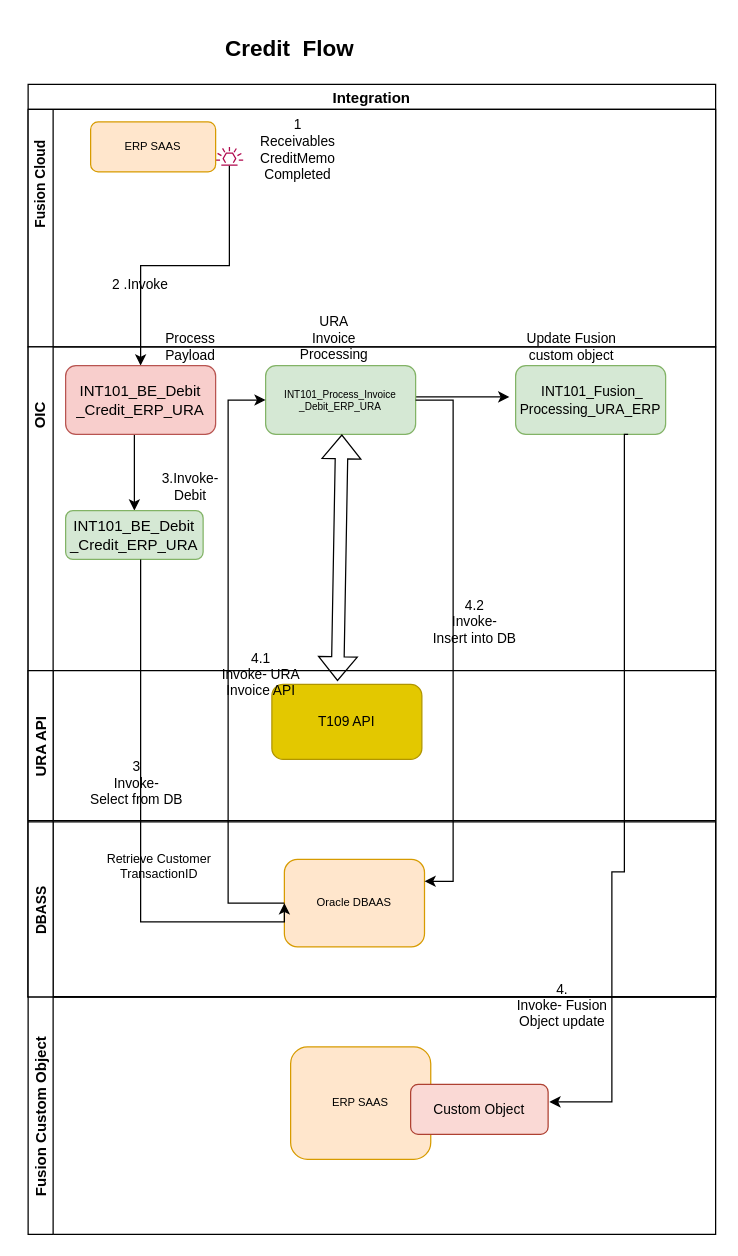
This is Credit-Flow Diagram.drawio from anantwag19/Workspace, a draw.io file, before an edit. Source tidied: cells renumbered, new cells numbered last; positions are measured from the earlier drawing's top-left corner, leaving out a move shared by most shapes. Both pictures are drawn from the tidied source at 125%, with x=0, y=0 at pixel (-16, 34).
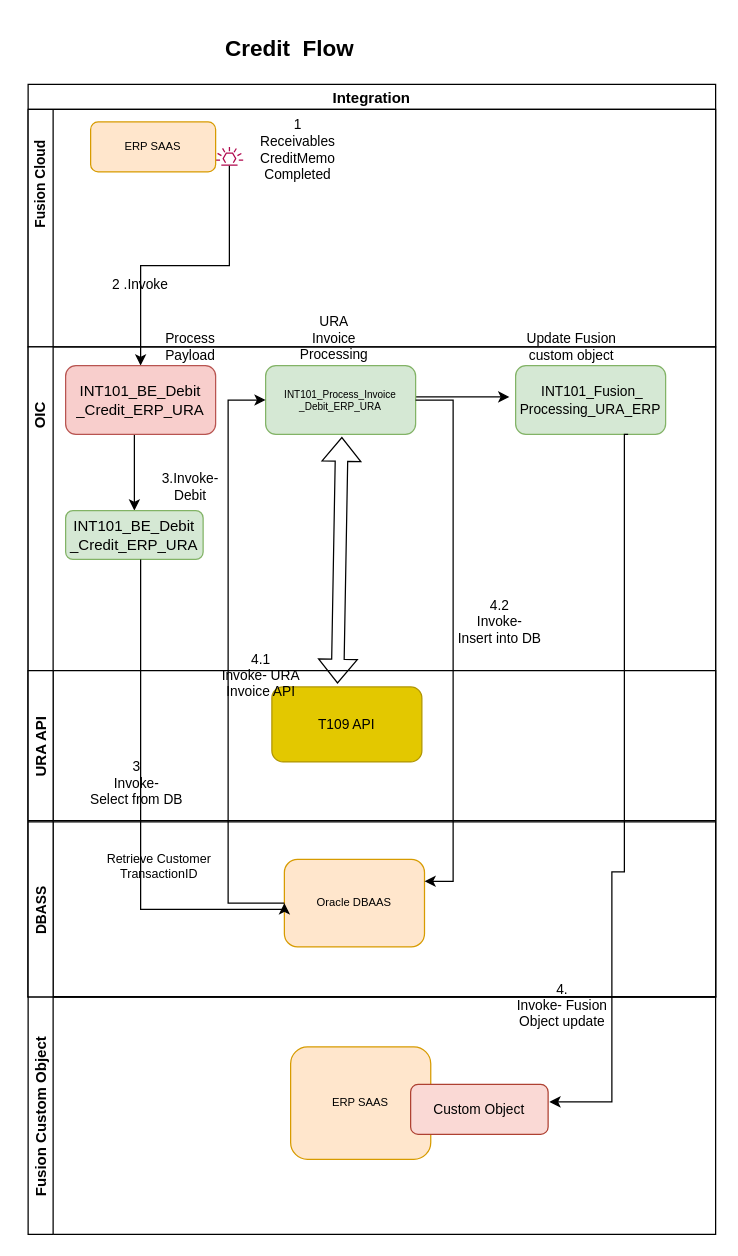
The same diagram, later.

The change refers to these unchanged cells:
```xml
<mxCell id="3" style="swimlane;startSize=20;horizontal=0;" parent="2" vertex="1">
  <mxGeometry y="20" width="550" height="190" as="geometry" />
</mxCell>
<mxCell id="11" style="swimlane;startSize=20;horizontal=0;" parent="2" vertex="1">
  <mxGeometry y="210" width="550" height="520" as="geometry" />
</mxCell>
<mxCell id="20" value="INT101_BE_Debit _Credit_ERP_URA" style="rounded=1;whiteSpace=wrap;html=1;fillColor=#d5e8d4;strokeColor=#82b366;" parent="11" vertex="1">
  <mxGeometry x="30" y="131" width="110" height="39" as="geometry" />
</mxCell>
<mxCell id="29" value="Oracle DBAAS" style="rounded=1;whiteSpace=wrap;html=1;fontSize=9;fillColor=#ffe6cc;strokeColor=#d79b00;" parent="28" vertex="1">
  <mxGeometry x="205" y="30" width="112.1" height="70" as="geometry" />
</mxCell>
<mxCell id="33" value="URA API" style="swimlane;startSize=20;horizontal=0;" parent="1" vertex="1">
  <mxGeometry x="35" y="509" width="550" height="120" as="geometry" />
</mxCell>
```

What changed in the source:
```diff
@@
-    <mxCell id="9" value="&lt;div style=&quot;font-size: 11px&quot;&gt;&lt;span&gt;&lt;font style=&quot;font-size: 11px&quot;&gt;&lt;span&gt;&#9;&lt;/span&gt;&lt;span&gt;&#9;&lt;/span&gt;&lt;span&gt;&#9;&lt;/span&gt;1&lt;/font&gt;&lt;/span&gt;&lt;/div&gt;&lt;div style=&quot;font-size: 11px&quot;&gt;&lt;span&gt;&lt;font style=&quot;font-size: 11px&quot;&gt;&lt;span lang=&quot;EN-GB&quot;&gt;&lt;span&gt;&#9;&lt;/span&gt;&lt;span&gt;&#9;&lt;/span&gt;&lt;span&gt;&#9;&lt;/span&gt;&lt;span&gt;&#9;&lt;/span&gt;&lt;span&gt;&#9;&lt;/span&gt;Receivables&lt;/span&gt;&lt;/font&gt;&lt;/span&gt;&lt;/div&gt;&lt;div style=&quot;font-size: 11px&quot;&gt;&lt;span&gt;&lt;font style=&quot;font-size: 11px&quot;&gt;&lt;span lang=&quot;EN-GB&quot;&gt;CreditMemo&lt;/span&gt;&lt;/font&gt;&lt;/span&gt;&lt;/div&gt;&lt;div style=&quot;font-size: 11px&quot;&gt;&lt;span&gt;&lt;font style=&quot;font-size: 11px&quot;&gt;&lt;span lang=&quot;EN-GB&quot;&gt;&lt;span&gt;&#9;&lt;/span&gt;&lt;span&gt;&#9;&lt;/span&gt;Completed&lt;/span&gt;&lt;/font&gt;&lt;/span&gt;&lt;/div&gt;&lt;div style=&quot;font-size: 11px&quot;&gt;&lt;span&gt;&lt;font style=&quot;font-size: 11px&quot;&gt;&lt;br&gt;&lt;/font&gt;&lt;/span&gt;&lt;/div&gt;&lt;div style=&quot;font-size: 11px&quot;&gt;&lt;span&gt;&lt;font style=&quot;font-size: 11px&quot;&gt;&lt;br&gt;&lt;br&gt;&lt;/font&gt;&lt;/span&gt;&lt;/div&gt;" style="text;html=1;strokeColor=none;fillColor=none;align=center;verticalAlign=middle;whiteSpace=wrap;rounded=0;fontSize=9;fontStyle=0;" parent="3" vertex="1">
+    <mxCell id="9" value="&lt;div style=&quot;font-size: 11px&quot;&gt;&lt;span&gt;&lt;font style=&quot;font-size: 11px&quot;&gt;&lt;span&gt; &lt;/span&gt;&lt;span&gt; &lt;/span&gt;&lt;span&gt; &lt;/span&gt;1&lt;/font&gt;&lt;/span&gt;&lt;/div&gt;&lt;div style=&quot;font-size: 11px&quot;&gt;&lt;span&gt;&lt;font style=&quot;font-size: 11px&quot;&gt;&lt;span lang=&quot;EN-GB&quot;&gt;&lt;span&gt; &lt;/span&gt;&lt;span&gt; &lt;/span&gt;&lt;span&gt; &lt;/span&gt;&lt;span&gt; &lt;/span&gt;&lt;span&gt; &lt;/span&gt;Receivables&lt;/span&gt;&lt;/font&gt;&lt;/span&gt;&lt;/div&gt;&lt;div style=&quot;font-size: 11px&quot;&gt;&lt;span&gt;&lt;font style=&quot;font-size: 11px&quot;&gt;&lt;span lang=&quot;EN-GB&quot;&gt;CreditMemo&lt;/span&gt;&lt;/font&gt;&lt;/span&gt;&lt;/div&gt;&lt;div style=&quot;font-size: 11px&quot;&gt;&lt;span&gt;&lt;font style=&quot;font-size: 11px&quot;&gt;&lt;span lang=&quot;EN-GB&quot;&gt;&lt;span&gt; &lt;/span&gt;&lt;span&gt; &lt;/span&gt;Completed&lt;/span&gt;&lt;/font&gt;&lt;/span&gt;&lt;/div&gt;&lt;div style=&quot;font-size: 11px&quot;&gt;&lt;span&gt;&lt;font style=&quot;font-size: 11px&quot;&gt;&lt;br&gt;&lt;/font&gt;&lt;/span&gt;&lt;/div&gt;&lt;div style=&quot;font-size: 11px&quot;&gt;&lt;span&gt;&lt;font style=&quot;font-size: 11px&quot;&gt;&lt;br&gt;&lt;br&gt;&lt;/font&gt;&lt;/span&gt;&lt;/div&gt;" style="text;html=1;strokeColor=none;fillColor=none;align=center;verticalAlign=middle;whiteSpace=wrap;rounded=0;fontSize=9;fontStyle=0;" parent="3" vertex="1">
       <mxGeometry x="140" y="30" width="152" height="44" as="geometry" />
     </mxCell>
@@
     <mxCell id="19" style="shape=flexArrow;endArrow=classic;startArrow=classic;html=1;rounded=0;fontSize=9;exitX=0.593;exitY=-0.037;exitDx=0;exitDy=0;exitPerimeter=0;" parent="11" edge="1">
       <mxGeometry relative="1" as="geometry">
-        <mxPoint x="247.5" y="267.4" as="sourcePoint" />
-        <mxPoint x="251" y="70" as="targetPoint" />
+        <mxPoint x="247.5" y="269.4" as="sourcePoint" />
+        <mxPoint x="251" y="72" as="targetPoint" />
       </mxGeometry>
     </mxCell>
@@
     <mxCell id="21" value="&lt;div&gt;4.2&lt;/div&gt;&lt;div&gt;Invoke- &lt;br&gt;&lt;/div&gt;&lt;div&gt;Insert into DB&lt;br&gt;&lt;/div&gt;" style="text;html=1;strokeColor=none;fillColor=none;align=center;verticalAlign=middle;whiteSpace=wrap;rounded=0;fontSize=11;" parent="11" vertex="1">
-      <mxGeometry x="310" y="200" width="95" height="40" as="geometry" />
+      <mxGeometry x="330" y="200" width="95" height="40" as="geometry" />
     </mxCell>
@@
     <mxCell id="34" value="T109 API " style="rounded=1;whiteSpace=wrap;html=1;fontSize=11;fillColor=#e3c800;fontColor=#000000;strokeColor=#B09500;" parent="33" vertex="1">
-      <mxGeometry x="195" y="11" width="120" height="60" as="geometry" />
+      <mxGeometry x="195" y="13" width="120" height="60" as="geometry" />
     </mxCell>
     <mxCell id="35" value="&lt;div&gt;4.1&lt;/div&gt;&lt;div&gt;Invoke- URA Invoice API&lt;/div&gt;" style="text;html=1;strokeColor=none;fillColor=none;align=center;verticalAlign=middle;whiteSpace=wrap;rounded=0;fontSize=11;" parent="33" vertex="1">
-      <mxGeometry x="139" y="-20" width="95" height="45" as="geometry" />
+      <mxGeometry x="139" y="-19" width="95" height="45" as="geometry" />
     </mxCell>
@@
     <mxCell id="39" style="edgeStyle=orthogonalEdgeStyle;rounded=0;jettySize=auto;html=1;fontSize=11;entryX=0;entryY=0.5;entryDx=0;entryDy=0;" parent="1" edge="1" source="20" target="29">
       <mxGeometry relative="1" as="geometry">
         <Array as="points">
-          <mxPoint x="125" y="710" />
-          <mxPoint x="240" y="710" />
+          <mxPoint x="125" y="700" />
+          <mxPoint x="240" y="700" />
         </Array>
       </mxGeometry>
     </mxCell>
```
